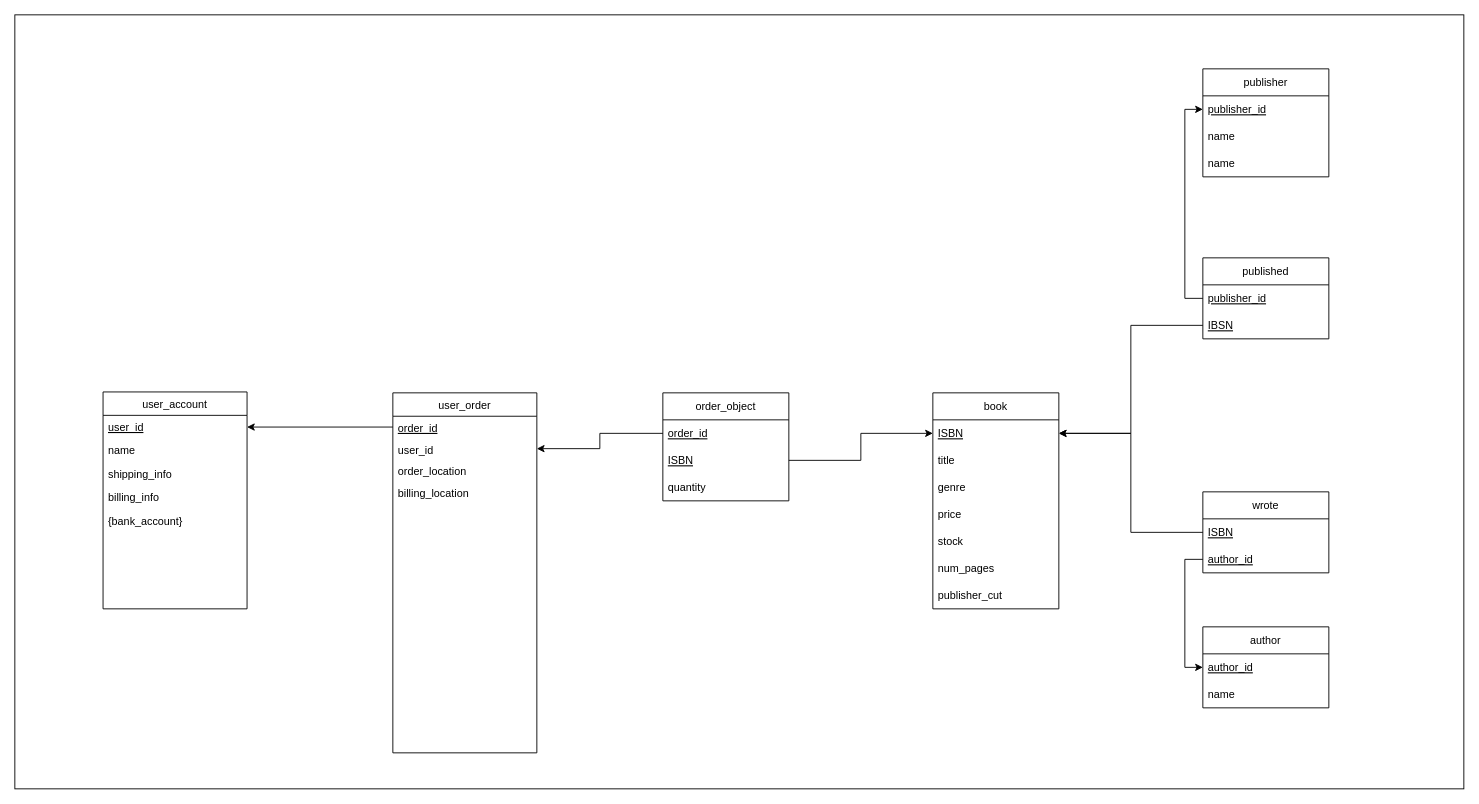
Before: sql/Relation_Schema.drawio in Owen-Allen/-bookstore, a draw.io diagram. Source tidied: cells renumbered, new cells numbered last; positions are measured from the earlier drawing's top-left corner, leaving out a move shared by most shapes. Both pictures are drawn from the tidied source at 90%, with x=0, y=0 at pixel (14, 14).
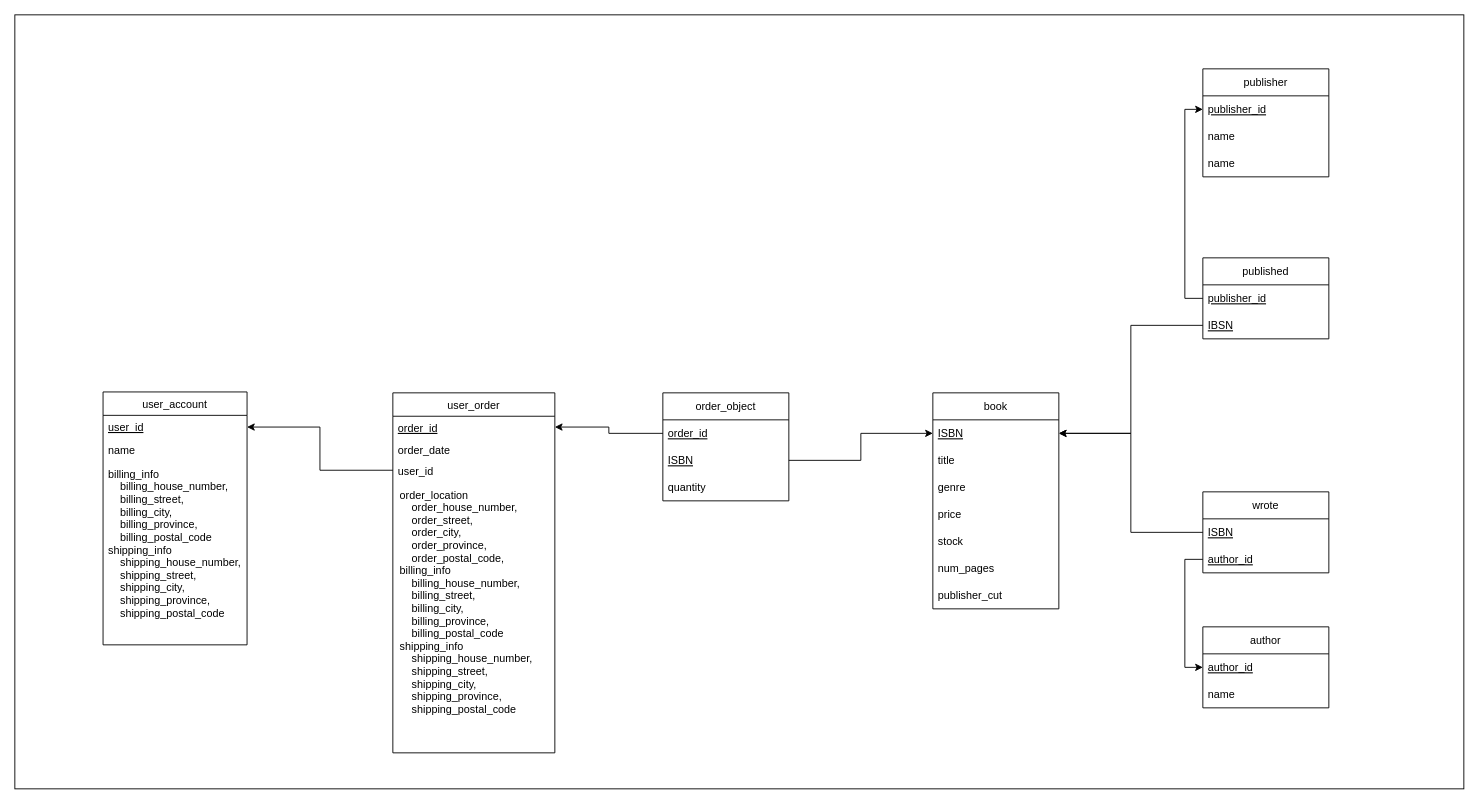
The same diagram, later.

Commit message (it also covers changes not shown here):
Updated Relation_Schema and Make_Table to reflect attribute name changes

The change refers to these unchanged cells:
```xml
<mxCell id="4" value="user_id" style="text;align=left;verticalAlign=top;spacingLeft=4;spacingRight=4;overflow=hidden;points=[[0,0.5],[1,0.5]];portConstraint=eastwest;fontStyle=4;" parent="3" vertex="1">
  <mxGeometry y="26" width="160" height="26" as="geometry" />
</mxCell>
<mxCell id="15" value="order_id" style="text;strokeColor=none;fillColor=none;align=left;verticalAlign=middle;spacingLeft=4;spacingRight=4;overflow=hidden;points=[[0,0.5],[1,0.5]];portConstraint=eastwest;fontStyle=4;" parent="14" vertex="1">
  <mxGeometry y="30" width="140" height="30" as="geometry" />
</mxCell>
```

What changed in the source:
```diff
@@
     <mxCell id="3" value="user_account" style="swimlane;fontStyle=0;align=center;verticalAlign=top;horizontal=1;startSize=26;rounded=0;shadow=0;strokeWidth=1;" parent="1" vertex="1">
-      <mxGeometry x="98" y="419" width="160" height="241" as="geometry" />
+      <mxGeometry x="98" y="419" width="160" height="281" as="geometry" />
     </mxCell>
@@
-    <mxCell id="6" value="shipping_info" style="text;align=left;verticalAlign=top;spacingLeft=4;spacingRight=4;overflow=hidden;rounded=0;shadow=0;html=0;" parent="3" vertex="1">
-      <mxGeometry y="78" width="160" height="26" as="geometry" />
-    </mxCell>
-    <mxCell id="7" value="billing_info" style="text;align=left;verticalAlign=top;spacingLeft=4;spacingRight=4;overflow=hidden;rounded=0;shadow=0;html=0;" parent="3" vertex="1">
-      <mxGeometry y="104" width="160" height="26" as="geometry" />
+    <mxCell id="7" value="billing_info&#10;    billing_house_number,&#10;    billing_street,&#10;    billing_city,&#10;    billing_province,&#10;    billing_postal_code&#10;shipping_info&#10;    shipping_house_number,&#10;    shipping_street,&#10;    shipping_city,&#10;    shipping_province,&#10;    shipping_postal_code" style="text;align=left;verticalAlign=top;spacingLeft=4;spacingRight=4;overflow=hidden;rounded=0;shadow=0;html=0;" parent="3" vertex="1">
+      <mxGeometry y="78" width="160" height="202" as="geometry" />
     </mxCell>
-    <mxCell id="8" value="{bank_account}" style="text;align=left;verticalAlign=top;spacingLeft=4;spacingRight=4;overflow=hidden;rounded=0;shadow=0;html=0;" parent="3" vertex="1">
-      <mxGeometry y="130" width="160" height="26" as="geometry" />
-    </mxCell>
     <mxCell id="9" value="user_order" style="swimlane;fontStyle=0;align=center;verticalAlign=top;horizontal=1;startSize=26;rounded=0;shadow=0;strokeWidth=1;" parent="1" vertex="1">
-      <mxGeometry x="420" y="420" width="160" height="400" as="geometry" />
+      <mxGeometry x="420" y="420" width="180" height="400" as="geometry" />
     </mxCell>
     <mxCell id="10" value="order_id" style="text;align=left;verticalAlign=top;spacingLeft=4;spacingRight=4;overflow=hidden;points=[[0,0.5],[1,0.5]];portConstraint=eastwest;fontStyle=4;" parent="9" vertex="1">
-      <mxGeometry y="26" width="160" height="24" as="geometry" />
+      <mxGeometry y="26" width="180" height="24" as="geometry" />
     </mxCell>
+    <mxCell id="46" value="order_date" style="text;align=left;verticalAlign=top;spacingLeft=4;spacingRight=4;overflow=hidden;fontStyle=0;" parent="9" vertex="1">
+      <mxGeometry y="50" width="180" height="24" as="geometry" />
+    </mxCell>
     <mxCell id="11" value="user_id" style="text;align=left;verticalAlign=top;spacingLeft=4;spacingRight=4;overflow=hidden;points=[[0,0.5],[1,0.5]];portConstraint=eastwest;fontStyle=0;" parent="9" vertex="1">
-      <mxGeometry y="50" width="160" height="24" as="geometry" />
+      <mxGeometry y="74" width="180" height="24" as="geometry" />
     </mxCell>
-    <mxCell id="12" value="order_location" style="text;align=left;verticalAlign=top;spacingLeft=4;spacingRight=4;overflow=hidden;" parent="9" vertex="1">
-      <mxGeometry y="74" width="160" height="24" as="geometry" />
-    </mxCell>
-    <mxCell id="13" value="billing_location" style="text;align=left;verticalAlign=top;spacingLeft=4;spacingRight=4;overflow=hidden;" parent="9" vertex="1">
-      <mxGeometry y="98" width="160" height="24" as="geometry" />
-    </mxCell>
+    <mxCell id="47" value="order_location&#10;    order_house_number,&#10;        order_street,&#10;        order_city,&#10;        order_province,&#10;        order_postal_code,&#10;billing_info&#10;    billing_house_number,&#10;        billing_street,&#10;        billing_city,&#10;        billing_province,&#10;        billing_postal_code &#10;shipping_info&#10;    shipping_house_number,&#10;    shipping_street,&#10;    shipping_city,&#10;    shipping_province,&#10;    shipping_postal_code" style="text;align=left;verticalAlign=top;spacingLeft=4;spacingRight=4;overflow=hidden;spacing=4;" parent="9" vertex="1">
+      <mxGeometry y="98" width="180" height="292" as="geometry" />
+    </mxCell>
@@
-    <mxCell id="18" style="edgeStyle=orthogonalEdgeStyle;rounded=0;jettySize=auto;html=1;exitX=0;exitY=0.5;exitDx=0;exitDy=0;entryX=1;entryY=0.5;entryDx=0;entryDy=0;" parent="1" edge="1" source="15" target="11">
+    <mxCell id="18" style="edgeStyle=orthogonalEdgeStyle;rounded=0;jettySize=auto;html=1;exitX=0;exitY=0.5;exitDx=0;exitDy=0;entryX=1;entryY=0.5;entryDx=0;entryDy=0;" parent="1" edge="1" source="15" target="10">
       <mxGeometry relative="1" as="geometry" />
     </mxCell>
@@
-    <mxCell id="45" style="edgeStyle=orthogonalEdgeStyle;rounded=0;jettySize=auto;html=1;entryX=1;entryY=0.5;entryDx=0;entryDy=0;" parent="1" edge="1" source="10" target="4">
+    <mxCell id="45" style="edgeStyle=orthogonalEdgeStyle;rounded=0;jettySize=auto;html=1;entryX=1;entryY=0.5;entryDx=0;entryDy=0;exitX=0;exitY=0.5;exitDx=0;exitDy=0;" parent="1" edge="1" source="11" target="4">
       <mxGeometry relative="1" as="geometry" />
     </mxCell>
```
